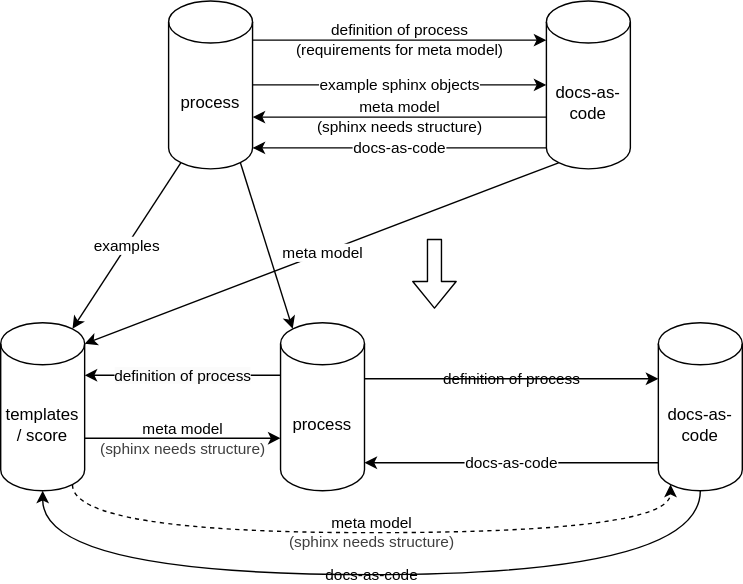
Before: docs/design_decisions/img/DR-007-issue_option_4.drawio.svg, a diagram exported from draw.io (eclipse-score/score). Source tidied: cells renumbered, new cells last; positions are measured from the earlier drawing's top-left corner, leaving out a move shared by most shapes. The source it was exported from:
```xml
<mxGraphModel>
  <root>
    <mxCell id="0" />
    <mxCell id="1" parent="0" />
    <mxCell id="2" value="process" style="shape=cylinder3;whiteSpace=wrap;html=1;boundedLbl=1;backgroundOutline=1;size=15;" parent="1" vertex="1">
      <mxGeometry x="120" width="60" height="120" as="geometry" />
    </mxCell>
    <mxCell id="3" value="docs-as-code" style="shape=cylinder3;whiteSpace=wrap;html=1;boundedLbl=1;backgroundOutline=1;size=15;" parent="1" vertex="1">
      <mxGeometry x="390" width="60" height="120" as="geometry" />
    </mxCell>
    <mxCell id="4" value="process" style="shape=cylinder3;whiteSpace=wrap;html=1;boundedLbl=1;backgroundOutline=1;size=15;" parent="1" vertex="1">
      <mxGeometry x="200" y="230" width="60" height="120" as="geometry" />
    </mxCell>
    <mxCell id="5" value="docs-as-code" style="shape=cylinder3;whiteSpace=wrap;html=1;boundedLbl=1;backgroundOutline=1;size=15;" parent="1" vertex="1">
      <mxGeometry x="470" y="230" width="60" height="120" as="geometry" />
    </mxCell>
    <mxCell id="6" style="html=1;exitX=0.855;exitY=1;exitDx=0;exitDy=-4.35;exitPerimeter=0;entryX=0.145;entryY=0;entryDx=0;entryDy=4.35;entryPerimeter=0;" parent="1" edge="1" source="2" target="4">
      <mxGeometry x="-0.55" relative="1" as="geometry" />
    </mxCell>
    <mxCell id="7" style="shape=flexArrow;endArrow=classic;html=1;" parent="1" edge="1">
      <mxGeometry relative="1" as="geometry">
        <mxPoint x="310" y="170" as="sourcePoint" />
        <mxPoint x="310" y="220" as="targetPoint" />
      </mxGeometry>
    </mxCell>
    <mxCell id="8" value="definition of process&lt;div&gt;(requirements for meta model)&lt;/div&gt;" style="edgeStyle=none;html=1;exitX=1;exitY=0;exitDx=0;exitDy=27.5;exitPerimeter=0;entryX=0;entryY=0;entryDx=0;entryDy=27.5;entryPerimeter=0;labelBackgroundColor=none;" parent="1" edge="1">
      <mxGeometry relative="1" as="geometry">
        <mxPoint x="180" y="28" as="sourcePoint" />
        <mxPoint x="390" y="28" as="targetPoint" />
      </mxGeometry>
    </mxCell>
    <mxCell id="9" value="example sphinx objects" style="edgeStyle=none;html=1;exitX=1;exitY=0.5;exitDx=0;exitDy=0;exitPerimeter=0;entryX=0;entryY=0.5;entryDx=0;entryDy=0;entryPerimeter=0;" parent="1" edge="1">
      <mxGeometry relative="1" as="geometry">
        <mxPoint x="180" y="60" as="sourcePoint" />
        <mxPoint x="390" y="60" as="targetPoint" />
      </mxGeometry>
    </mxCell>
    <mxCell id="10" value="meta model&lt;div&gt;(sphinx needs structure)&lt;/div&gt;" style="edgeStyle=none;html=1;exitX=0;exitY=0;exitDx=0;exitDy=82.5;exitPerimeter=0;entryX=1;entryY=0;entryDx=0;entryDy=82.5;entryPerimeter=0;labelBackgroundColor=none;" parent="1" edge="1">
      <mxGeometry relative="1" as="geometry">
        <mxPoint x="390" y="83" as="sourcePoint" />
        <mxPoint x="180" y="83" as="targetPoint" />
      </mxGeometry>
    </mxCell>
    <mxCell id="11" value="definition of process" style="edgeStyle=none;html=1;exitX=1;exitY=0;exitDx=0;exitDy=27.5;exitPerimeter=0;entryX=0;entryY=0;entryDx=0;entryDy=27.5;entryPerimeter=0;labelBackgroundColor=none;" parent="1" edge="1">
      <mxGeometry relative="1" as="geometry">
        <mxPoint x="260" y="270" as="sourcePoint" />
        <mxPoint x="470" y="270" as="targetPoint" />
      </mxGeometry>
    </mxCell>
    <mxCell id="12" value="docs-as-code" style="edgeStyle=none;html=1;exitX=0;exitY=1;exitDx=0;exitDy=-15;exitPerimeter=0;entryX=1;entryY=1;entryDx=0;entryDy=-15;entryPerimeter=0;" parent="1" edge="1" source="3" target="2">
      <mxGeometry relative="1" as="geometry" />
    </mxCell>
    <mxCell id="13" value="docs-as-code" style="edgeStyle=none;html=1;exitX=0;exitY=1;exitDx=0;exitDy=-15;exitPerimeter=0;entryX=1;entryY=1;entryDx=0;entryDy=-15;entryPerimeter=0;" parent="1" edge="1">
      <mxGeometry relative="1" as="geometry">
        <mxPoint x="470" y="330" as="sourcePoint" />
        <mxPoint x="260" y="330" as="targetPoint" />
      </mxGeometry>
    </mxCell>
    <mxCell id="14" value="templates / score" style="shape=cylinder3;whiteSpace=wrap;html=1;boundedLbl=1;backgroundOutline=1;size=15;" parent="1" vertex="1">
      <mxGeometry y="230" width="60" height="120" as="geometry" />
    </mxCell>
    <mxCell id="15" value="examples" style="edgeStyle=none;html=1;exitX=0.145;exitY=1;exitDx=0;exitDy=-4.35;exitPerimeter=0;entryX=0.855;entryY=0;entryDx=0;entryDy=4.35;entryPerimeter=0;" parent="1" edge="1" source="2" target="14">
      <mxGeometry relative="1" as="geometry" />
    </mxCell>
    <mxCell id="16" value="&lt;span style=&quot;color: rgb(0, 0, 0);&quot;&gt;meta model&lt;/span&gt;&lt;div style=&quot;color: rgb(63, 63, 63); scrollbar-color: rgb(226, 226, 226) rgb(251, 251, 251);&quot;&gt;(sphinx needs structure)&lt;/div&gt;" style="edgeStyle=orthogonalEdgeStyle;html=1;exitX=0.855;exitY=1;exitDx=0;exitDy=-4.35;exitPerimeter=0;entryX=0.145;entryY=1;entryDx=0;entryDy=-4.35;entryPerimeter=0;curved=1;labelBackgroundColor=none;dashed=1;" parent="1" edge="1" source="14" target="5">
      <mxGeometry relative="1" as="geometry">
        <Array as="points">
          <mxPoint x="51" y="380" />
          <mxPoint x="479" y="380" />
        </Array>
      </mxGeometry>
    </mxCell>
    <mxCell id="17" value="docs-as-code" style="edgeStyle=orthogonalEdgeStyle;html=1;exitX=0.5;exitY=1;exitDx=0;exitDy=0;exitPerimeter=0;entryX=0.5;entryY=1;entryDx=0;entryDy=0;entryPerimeter=0;labelBackgroundColor=none;curved=1;" parent="1" edge="1" source="5" target="14">
      <mxGeometry relative="1" as="geometry">
        <Array as="points">
          <mxPoint x="500" y="410" />
          <mxPoint x="30" y="410" />
        </Array>
      </mxGeometry>
    </mxCell>
    <mxCell id="18" value="&lt;span style=&quot;color: rgb(0, 0, 0); background-color: rgb(251, 251, 251);&quot;&gt;definition of process&lt;/span&gt;" style="edgeStyle=none;html=1;exitX=0;exitY=0;exitDx=0;exitDy=37.5;exitPerimeter=0;entryX=1;entryY=0;entryDx=0;entryDy=37.5;entryPerimeter=0;" parent="1" edge="1" source="4" target="14">
      <mxGeometry relative="1" as="geometry" />
    </mxCell>
    <mxCell id="19" value="meta model" style="edgeStyle=none;html=1;exitX=0.145;exitY=1;exitDx=0;exitDy=-4.35;exitPerimeter=0;entryX=1;entryY=0;entryDx=0;entryDy=15;entryPerimeter=0;" parent="1" edge="1" source="3" target="14">
      <mxGeometry relative="1" as="geometry" />
    </mxCell>
    <mxCell id="20" value="&lt;span style=&quot;color: rgb(0, 0, 0);&quot;&gt;meta model&lt;/span&gt;&lt;div style=&quot;color: rgb(63, 63, 63); scrollbar-color: rgb(226, 226, 226) rgb(251, 251, 251);&quot;&gt;(sphinx needs structure)&lt;/div&gt;" style="edgeStyle=none;html=1;exitX=1;exitY=0;exitDx=0;exitDy=82.5;exitPerimeter=0;entryX=0;entryY=0;entryDx=0;entryDy=82.5;entryPerimeter=0;labelBackgroundColor=none;" parent="1" edge="1" source="14" target="4">
      <mxGeometry relative="1" as="geometry" />
    </mxCell>
  </root>
</mxGraphModel>
```
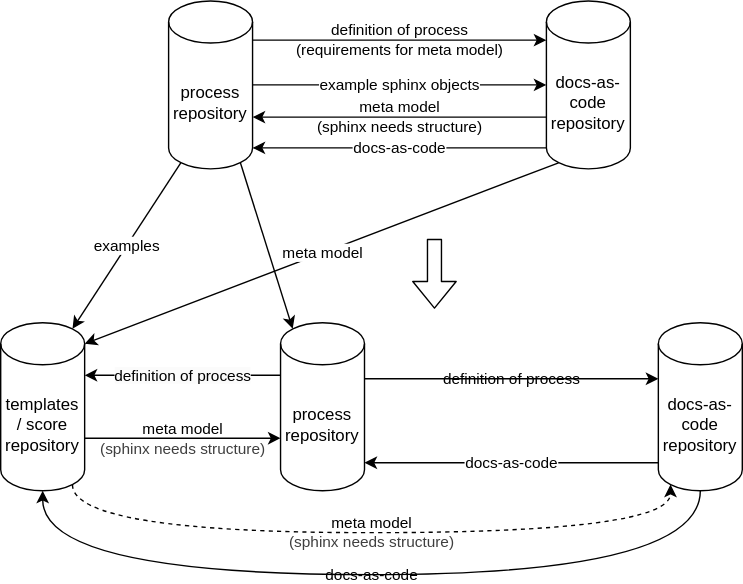
The same file after the commit.

The edit, as a diff of the source:
```diff
@@ -2,16 +2,16 @@
   <root>
     <mxCell id="0" />
     <mxCell id="1" parent="0" />
-    <mxCell id="2" value="process" style="shape=cylinder3;whiteSpace=wrap;html=1;boundedLbl=1;backgroundOutline=1;size=15;" parent="1" vertex="1">
+    <mxCell id="2" value="process&lt;div&gt;repository&lt;/div&gt;" style="shape=cylinder3;whiteSpace=wrap;html=1;boundedLbl=1;backgroundOutline=1;size=15;" parent="1" vertex="1">
       <mxGeometry x="120" width="60" height="120" as="geometry" />
     </mxCell>
-    <mxCell id="3" value="docs-as-code" style="shape=cylinder3;whiteSpace=wrap;html=1;boundedLbl=1;backgroundOutline=1;size=15;" parent="1" vertex="1">
+    <mxCell id="3" value="docs-as-code&lt;div&gt;repository&lt;/div&gt;" style="shape=cylinder3;whiteSpace=wrap;html=1;boundedLbl=1;backgroundOutline=1;size=15;" parent="1" vertex="1">
       <mxGeometry x="390" width="60" height="120" as="geometry" />
     </mxCell>
-    <mxCell id="4" value="process" style="shape=cylinder3;whiteSpace=wrap;html=1;boundedLbl=1;backgroundOutline=1;size=15;" parent="1" vertex="1">
+    <mxCell id="4" value="process&lt;div&gt;repository&lt;/div&gt;" style="shape=cylinder3;whiteSpace=wrap;html=1;boundedLbl=1;backgroundOutline=1;size=15;" parent="1" vertex="1">
       <mxGeometry x="200" y="230" width="60" height="120" as="geometry" />
     </mxCell>
-    <mxCell id="5" value="docs-as-code" style="shape=cylinder3;whiteSpace=wrap;html=1;boundedLbl=1;backgroundOutline=1;size=15;" parent="1" vertex="1">
+    <mxCell id="5" value="docs-as-code&lt;div&gt;repository&lt;/div&gt;" style="shape=cylinder3;whiteSpace=wrap;html=1;boundedLbl=1;backgroundOutline=1;size=15;" parent="1" vertex="1">
       <mxGeometry x="470" y="230" width="60" height="120" as="geometry" />
     </mxCell>
     <mxCell id="6" style="html=1;exitX=0.855;exitY=1;exitDx=0;exitDy=-4.35;exitPerimeter=0;entryX=0.145;entryY=0;entryDx=0;entryDy=4.35;entryPerimeter=0;" parent="1" edge="1" source="2" target="4">
@@ -56,7 +56,7 @@
         <mxPoint x="260" y="330" as="targetPoint" />
       </mxGeometry>
     </mxCell>
-    <mxCell id="14" value="templates / score" style="shape=cylinder3;whiteSpace=wrap;html=1;boundedLbl=1;backgroundOutline=1;size=15;" parent="1" vertex="1">
+    <mxCell id="14" value="templates / score&lt;div&gt;repository&lt;/div&gt;" style="shape=cylinder3;whiteSpace=wrap;html=1;boundedLbl=1;backgroundOutline=1;size=15;" parent="1" vertex="1">
       <mxGeometry y="230" width="60" height="120" as="geometry" />
     </mxCell>
     <mxCell id="15" value="examples" style="edgeStyle=none;html=1;exitX=0.145;exitY=1;exitDx=0;exitDy=-4.35;exitPerimeter=0;entryX=0.855;entryY=0;entryDx=0;entryDy=4.35;entryPerimeter=0;" parent="1" edge="1" source="2" target="14">
```
